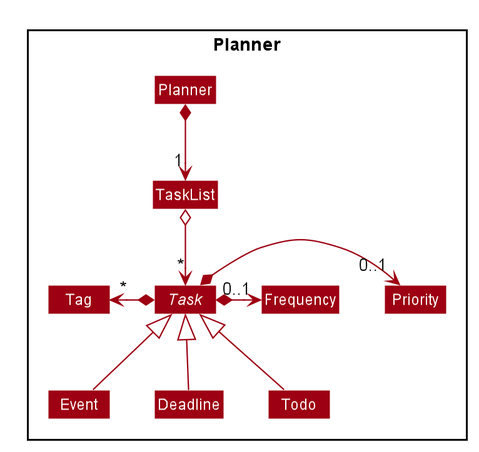
Above: docs/images/ModelPlannerClassDiagram.png in nus-cs2103-AY1920S1/addressbook-level3 (PlantUML), before the change.
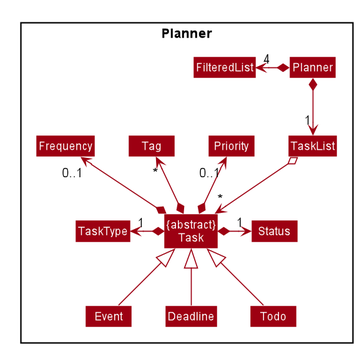
After the change.

What changed in the source:
```diff
@@ -17,6 +17,7 @@
     BorderColor #FFFFFF
     StereotypeFontColor #FFFFFF
     FontName Arial
+    ClassAttributeFontColor #FFFFFFF
 }
 
 skinparam Actor {
@@ -44,9 +45,9 @@
 skinparam DefaultTextAlignment center
 skinparam packageStyle Rectangle
 
-hide footbox
+hide circle
+hide footer
 hide members
-hide circle
 skinparam arrowThickness 1.1
 skinparam arrowColor #9D0012
 skinparam classBackgroundColor #9D0012
@@ -54,22 +55,28 @@
 Package Planner <<Rectangle>> {
     Class Planner
     Class TaskList
-    abstract Class Task
+    Class "{abstract}\nTask" as Task
     Class Event
     Class Deadline
     Class Todo
     Class Priority
     Class Frequency
     Class Tag
+    Class Status
+    Class TaskType
+    Class FilteredList
 }
 
-Planner *--> "1" TaskList
+Planner *-down-> "1" TaskList
+Planner *-left-> "4" FilteredList
 TaskList o--> "*" Task
 Event -up-|> Task
 Deadline -up-|> Task
 Todo -up-|> Task
-Task *-left-> "*" Tag
-Task *-right-> "0..1" Priority
-Task *-right-> "0..1" Frequency
+Task *-up-> "0..1" Frequency
+Task *-up-> "*" Tag
+Task *-up-> "0..1" Priority
+Task *-right-> "1" Status
+Task *-left-> "1" TaskType
 
 @enduml
```
